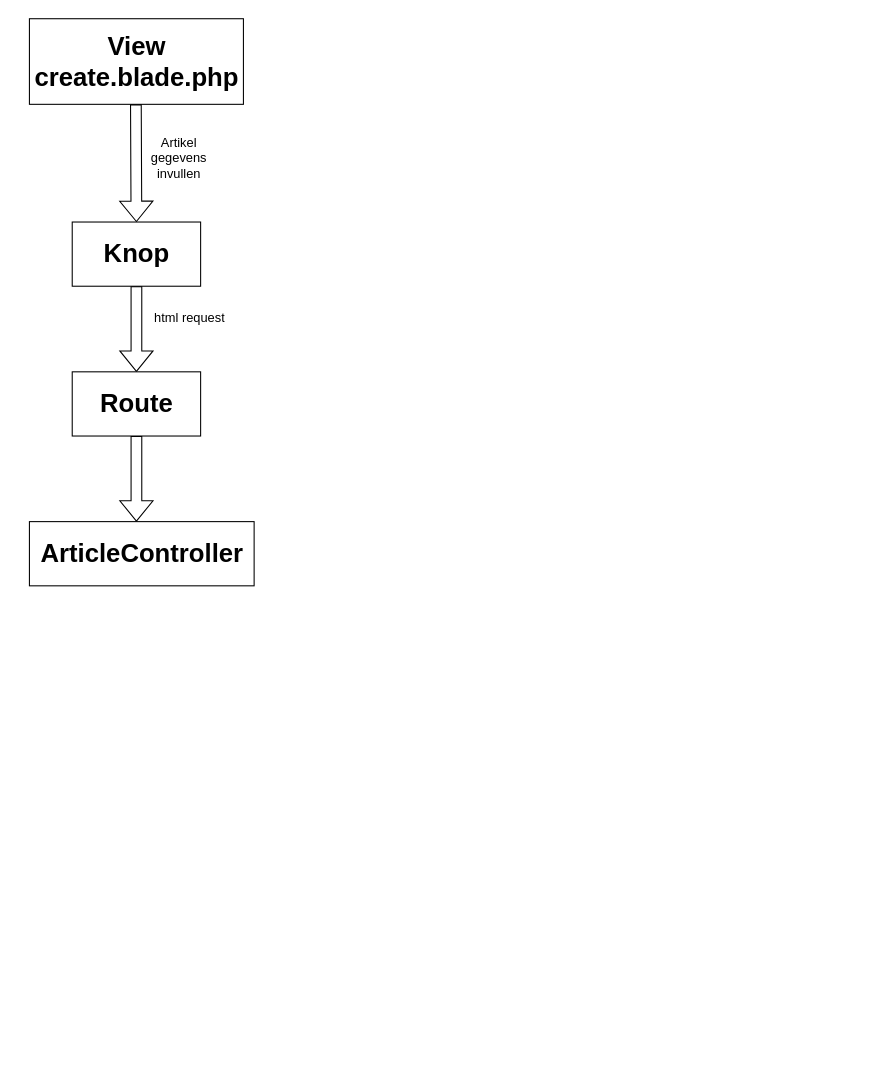
Earlier version of the draw.io diagram Weblog_Post.drawio (janderkkotlarski/laravel_weblog). Source tidied: cells renumbered, new cells numbered last; positions are measured from the earlier drawing's top-left corner, leaving out a move shared by most shapes. Both pictures are drawn from the tidied source at 107%, with x=0, y=0 at pixel (29, 18).
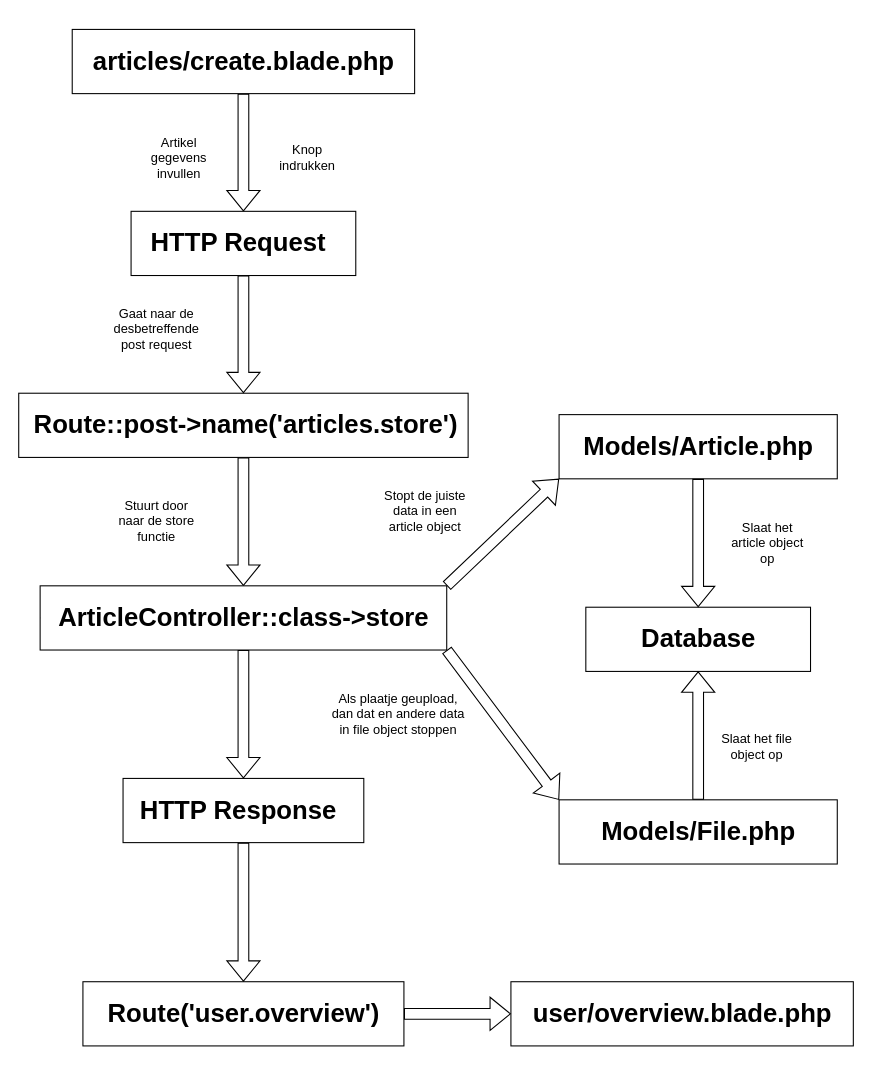
Above is the later version.

Commit message:
Getting the hang of flowcharts?

Diff of the diagram source:
```diff
@@
-    <mxCell id="2" style="rounded=0;whiteSpace=wrap;html=1;" parent="1" vertex="1">
-      <mxGeometry width="200" height="80" as="geometry" />
-    </mxCell>
-    <mxCell id="3" value="&lt;div&gt;View&lt;/div&gt;create.blade.php" style="text;strokeColor=none;fillColor=none;html=1;fontSize=24;fontStyle=1;verticalAlign=middle;align=center;" parent="1" vertex="1">
-      <mxGeometry x="45" y="20" width="110" height="40" as="geometry" />
-    </mxCell>
-    <mxCell id="4" style="shape=flexArrow;endArrow=classic;html=1;rounded=0;" parent="1" edge="1">
-      <mxGeometry relative="1" as="geometry">
-        <mxPoint x="99.5" y="80" as="sourcePoint" />
-        <mxPoint x="100" y="190" as="targetPoint" />
-      </mxGeometry>
+    <mxCell id="4" style="shape=flexArrow;endArrow=classic;html=1;rounded=0;entryX=0.5;entryY=0;entryDx=0;entryDy=0;exitX=0.5;exitY=1;exitDx=0;exitDy=0;" parent="1" edge="1" source="26" target="21">
+      <mxGeometry relative="1" as="geometry" />
     </mxCell>
@@
-    <mxCell id="6" style="rounded=0;whiteSpace=wrap;html=1;" parent="1" vertex="1">
-      <mxGeometry x="40" y="190" width="120" height="60" as="geometry" />
-    </mxCell>
-    <mxCell id="7" value="Knop" style="text;strokeColor=none;fillColor=none;html=1;fontSize=24;fontStyle=1;verticalAlign=middle;align=center;" parent="1" vertex="1">
-      <mxGeometry x="50" y="200" width="100" height="40" as="geometry" />
-    </mxCell>
-    <mxCell id="8" style="shape=flexArrow;endArrow=classic;html=1;rounded=0;" parent="1" edge="1">
-      <mxGeometry relative="1" as="geometry">
-        <mxPoint x="100" y="250" as="sourcePoint" />
-        <mxPoint x="100" y="330" as="targetPoint" />
-      </mxGeometry>
-    </mxCell>
-    <mxCell id="9" value="html request" style="text;html=1;strokeColor=none;fillColor=none;align=center;verticalAlign=middle;whiteSpace=wrap;overflow=hidden;" parent="1" vertex="1">
-      <mxGeometry x="110" y="270" width="80" height="20" as="geometry" />
-    </mxCell>
+    <mxCell id="12" style="shape=flexArrow;endArrow=classic;html=1;rounded=0;exitX=0.5;exitY=1;exitDx=0;exitDy=0;entryX=0.5;entryY=0;entryDx=0;entryDy=0;" parent="1" edge="1" source="10" target="13">
+      <mxGeometry relative="1" as="geometry" />
+    </mxCell>
+    <mxCell id="15" value="Knop indrukken" style="text;html=1;strokeColor=none;fillColor=none;align=center;verticalAlign=middle;whiteSpace=wrap;overflow=hidden;" parent="1" vertex="1">
+      <mxGeometry x="220" y="100" width="80" height="60" as="geometry" />
+    </mxCell>
+    <mxCell id="16" style="group;" parent="1" vertex="1">
+      <mxGeometry x="60" y="350" width="350" height="60" as="geometry" />
+    </mxCell>
-    <mxCell id="10" style="rounded=0;whiteSpace=wrap;html=1;" parent="1" vertex="1">
-      <mxGeometry x="40" y="330" width="120" height="60" as="geometry" />
+    <mxCell id="10" style="rounded=0;whiteSpace=wrap;html=1;" parent="16" vertex="1">
+      <mxGeometry x="-70" width="420" height="60" as="geometry" />
     </mxCell>
-    <mxCell id="11" value="Route" style="text;strokeColor=none;fillColor=none;html=1;fontSize=24;fontStyle=1;verticalAlign=middle;align=center;" parent="1" vertex="1">
-      <mxGeometry x="50" y="340" width="100" height="40" as="geometry" />
+    <mxCell id="11" value="Route::post-&amp;gt;name('articles.store')" style="text;strokeColor=none;fillColor=none;html=1;fontSize=24;fontStyle=1;verticalAlign=middle;align=center;" parent="16" vertex="1">
+      <mxGeometry y="10" width="283.3" height="40" as="geometry" />
     </mxCell>
-    <mxCell id="12" style="shape=flexArrow;endArrow=classic;html=1;rounded=0;" parent="1" edge="1">
-      <mxGeometry relative="1" as="geometry">
-        <mxPoint x="100" y="390" as="sourcePoint" />
-        <mxPoint x="100" y="470" as="targetPoint" />
-      </mxGeometry>
-    </mxCell>
+    <mxCell id="17" style="group;" parent="1" vertex="1">
+      <mxGeometry x="87.5" y="710" width="225" height="60" as="geometry" />
+    </mxCell>
+    <mxCell id="18" style="rounded=0;whiteSpace=wrap;html=1;" parent="17" vertex="1">
+      <mxGeometry width="225" height="60" as="geometry" />
+    </mxCell>
+    <mxCell id="19" value="HTTP Response" style="text;strokeColor=none;fillColor=none;html=1;fontSize=24;fontStyle=1;verticalAlign=middle;align=center;" parent="17" vertex="1">
+      <mxGeometry x="53.6" y="10" width="107.1" height="40" as="geometry" />
+    </mxCell>
+    <mxCell id="20" style="group;" parent="1" vertex="1">
+      <mxGeometry x="95" y="180" width="210" height="60" as="geometry" />
+    </mxCell>
+    <mxCell id="21" style="rounded=0;whiteSpace=wrap;html=1;" parent="20" vertex="1">
+      <mxGeometry width="210" height="60" as="geometry" />
+    </mxCell>
+    <mxCell id="22" value="HTTP Request" style="text;strokeColor=none;fillColor=none;html=1;fontSize=24;fontStyle=1;verticalAlign=middle;align=center;" parent="20" vertex="1">
+      <mxGeometry x="50" y="10" width="100" height="40" as="geometry" />
+    </mxCell>
+    <mxCell id="23" style="group;" parent="1" vertex="1">
+      <mxGeometry x="10" y="530" width="380" height="60" as="geometry" />
+    </mxCell>
+    <mxCell id="24" style="edgeStyle=orthogonalEdgeStyle;rounded=0;jettySize=auto;html=1;exitX=0;exitY=0.5;exitDx=0;exitDy=0;" parent="23" edge="1" source="13">
+      <mxGeometry relative="1" as="geometry">
+        <mxPoint x="10" y="30" as="targetPoint" />
+      </mxGeometry>
+    </mxCell>
-    <mxCell id="13" style="rounded=0;whiteSpace=wrap;html=1;" parent="1" vertex="1">
-      <mxGeometry y="470" width="210" height="60" as="geometry" />
+    <mxCell id="13" style="rounded=0;whiteSpace=wrap;html=1;" parent="23" vertex="1">
+      <mxGeometry width="380" height="60" as="geometry" />
     </mxCell>
-    <mxCell id="14" value="ArticleController" style="text;strokeColor=none;fillColor=none;html=1;fontSize=24;fontStyle=1;verticalAlign=middle;align=center;" parent="1" vertex="1">
-      <mxGeometry x="55" y="480" width="100" height="40" as="geometry" />
+    <mxCell id="14" value="ArticleController::class-&amp;gt;store" style="text;strokeColor=none;fillColor=none;html=1;fontSize=24;fontStyle=1;verticalAlign=middle;align=center;" parent="23" vertex="1">
+      <mxGeometry x="104.3" y="10" width="171.4" height="40" as="geometry" />
     </mxCell>
+    <mxCell id="25" style="group;" parent="1" vertex="1">
+      <mxGeometry x="40" y="10" width="320" height="60" as="geometry" />
+    </mxCell>
+    <mxCell id="26" style="rounded=0;whiteSpace=wrap;html=1;" parent="25" vertex="1">
+      <mxGeometry width="320" height="60" as="geometry" />
+    </mxCell>
+    <mxCell id="27" value="articles/create.blade.php" style="text;strokeColor=none;fillColor=none;html=1;fontSize=24;fontStyle=1;verticalAlign=middle;align=center;" parent="25" vertex="1">
+      <mxGeometry x="83.8" y="10" width="152.4" height="40" as="geometry" />
+    </mxCell>
+    <mxCell id="28" style="group;" parent="1" vertex="1">
+      <mxGeometry x="520" y="550" width="210" height="60" as="geometry" />
+    </mxCell>
+    <mxCell id="29" style="rounded=0;whiteSpace=wrap;html=1;" parent="28" vertex="1">
+      <mxGeometry width="210" height="60" as="geometry" />
+    </mxCell>
+    <mxCell id="30" value="Database" style="text;strokeColor=none;fillColor=none;html=1;fontSize=24;fontStyle=1;verticalAlign=middle;align=center;" parent="28" vertex="1">
+      <mxGeometry x="55" y="10" width="100" height="40" as="geometry" />
+    </mxCell>
+    <mxCell id="31" style="group;" parent="1" vertex="1">
+      <mxGeometry x="495" y="370" width="260" height="60" as="geometry" />
+    </mxCell>
+    <mxCell id="32" style="rounded=0;whiteSpace=wrap;html=1;" parent="31" vertex="1">
+      <mxGeometry width="260" height="60" as="geometry" />
+    </mxCell>
+    <mxCell id="33" value="Models/Article.php" style="text;strokeColor=none;fillColor=none;html=1;fontSize=24;fontStyle=1;verticalAlign=middle;align=center;" parent="31" vertex="1">
+      <mxGeometry x="68.1" y="10" width="123.8" height="40" as="geometry" />
+    </mxCell>
+    <mxCell id="34" style="shape=flexArrow;endArrow=classic;html=1;rounded=0;entryX=0;entryY=1;entryDx=0;entryDy=0;exitX=1;exitY=0;exitDx=0;exitDy=0;" parent="1" edge="1" source="13" target="32">
+      <mxGeometry relative="1" as="geometry" />
+    </mxCell>
+    <mxCell id="35" style="shape=flexArrow;endArrow=classic;html=1;rounded=0;exitX=0.5;exitY=1;exitDx=0;exitDy=0;entryX=0.5;entryY=0;entryDx=0;entryDy=0;" parent="1" edge="1" source="21" target="10">
+      <mxGeometry relative="1" as="geometry" />
+    </mxCell>
+    <mxCell id="36" style="group;" parent="1" vertex="1">
+      <mxGeometry x="495" y="730" width="260" height="60" as="geometry" />
+    </mxCell>
+    <mxCell id="37" style="rounded=0;whiteSpace=wrap;html=1;" parent="36" vertex="1">
+      <mxGeometry width="260" height="60" as="geometry" />
+    </mxCell>
+    <mxCell id="38" value="Models/File&lt;span style=&quot;background-color: transparent; color: light-dark(rgb(0, 0, 0), rgb(255, 255, 255));&quot;&gt;.php&lt;/span&gt;" style="text;strokeColor=none;fillColor=none;html=1;fontSize=24;fontStyle=1;verticalAlign=middle;align=center;" parent="36" vertex="1">
+      <mxGeometry x="68.1" y="10" width="123.8" height="40" as="geometry" />
+    </mxCell>
+    <mxCell id="39" style="shape=flexArrow;endArrow=classic;html=1;rounded=0;entryX=0;entryY=0;entryDx=0;entryDy=0;exitX=1;exitY=1;exitDx=0;exitDy=0;" parent="1" edge="1" source="13" target="37">
+      <mxGeometry relative="1" as="geometry" />
+    </mxCell>
+    <mxCell id="40" style="shape=flexArrow;endArrow=classic;html=1;rounded=0;exitX=0.5;exitY=1;exitDx=0;exitDy=0;entryX=0.5;entryY=0;entryDx=0;entryDy=0;" parent="1" edge="1" source="32" target="29">
+      <mxGeometry relative="1" as="geometry" />
+    </mxCell>
+    <mxCell id="41" style="shape=flexArrow;endArrow=classic;html=1;rounded=0;exitX=0.5;exitY=0;exitDx=0;exitDy=0;entryX=0.5;entryY=1;entryDx=0;entryDy=0;" parent="1" edge="1" source="37" target="29">
+      <mxGeometry relative="1" as="geometry" />
+    </mxCell>
+    <mxCell id="42" style="shape=flexArrow;endArrow=classic;html=1;rounded=0;exitX=0.5;exitY=1;exitDx=0;exitDy=0;entryX=0.5;entryY=0;entryDx=0;entryDy=0;" parent="1" edge="1" source="13" target="18">
+      <mxGeometry relative="1" as="geometry" />
+    </mxCell>
+    <mxCell id="43" style="group;" parent="1" vertex="1">
+      <mxGeometry x="50" y="900" width="300" height="60" as="geometry" />
+    </mxCell>
+    <mxCell id="44" style="rounded=0;whiteSpace=wrap;html=1;" parent="43" vertex="1">
+      <mxGeometry width="300" height="60" as="geometry" />
+    </mxCell>
+    <mxCell id="45" value="Route('user.overview')" style="text;strokeColor=none;fillColor=none;html=1;fontSize=24;fontStyle=1;verticalAlign=middle;align=center;" parent="43" vertex="1">
+      <mxGeometry x="25" y="10" width="250" height="40" as="geometry" />
+    </mxCell>
+    <mxCell id="46" style="group;" parent="1" vertex="1">
+      <mxGeometry x="450" y="900" width="320" height="60" as="geometry" />
+    </mxCell>
+    <mxCell id="47" style="rounded=0;whiteSpace=wrap;html=1;" parent="46" vertex="1">
+      <mxGeometry width="320" height="60" as="geometry" />
+    </mxCell>
+    <mxCell id="48" value="user/overview.blade.php" style="text;strokeColor=none;fillColor=none;html=1;fontSize=24;fontStyle=1;verticalAlign=middle;align=center;" parent="46" vertex="1">
+      <mxGeometry x="83.8" y="10" width="152.4" height="40" as="geometry" />
+    </mxCell>
+    <mxCell id="49" style="shape=flexArrow;endArrow=classic;html=1;rounded=0;exitX=1;exitY=0.5;exitDx=0;exitDy=0;entryX=0;entryY=0.5;entryDx=0;entryDy=0;" parent="1" edge="1" source="44" target="47">
+      <mxGeometry relative="1" as="geometry" />
+    </mxCell>
+    <mxCell id="50" style="shape=flexArrow;endArrow=classic;html=1;rounded=0;exitX=0.5;exitY=1;exitDx=0;exitDy=0;entryX=0.5;entryY=0;entryDx=0;entryDy=0;" parent="1" edge="1" source="18" target="44">
+      <mxGeometry relative="1" as="geometry" />
+    </mxCell>
+    <mxCell id="51" value="Gaat naar de desbetreffende post request" style="text;html=1;strokeColor=none;fillColor=none;align=center;verticalAlign=middle;whiteSpace=wrap;overflow=hidden;" parent="1" vertex="1">
+      <mxGeometry x="70" y="260" width="97.5" height="60" as="geometry" />
+    </mxCell>
+    <mxCell id="52" value="Stuurt door naar de store functie" style="text;html=1;strokeColor=none;fillColor=none;align=center;verticalAlign=middle;whiteSpace=wrap;overflow=hidden;" parent="1" vertex="1">
+      <mxGeometry x="78.8" y="440" width="80" height="60" as="geometry" />
+    </mxCell>
+    <mxCell id="53" value="Stopt de juiste data in een article object" style="text;html=1;strokeColor=none;fillColor=none;align=center;verticalAlign=middle;whiteSpace=wrap;overflow=hidden;" parent="1" vertex="1">
+      <mxGeometry x="330" y="430" width="80" height="60" as="geometry" />
+    </mxCell>
+    <mxCell id="54" value="Slaat het article object op" style="text;html=1;strokeColor=none;fillColor=none;align=center;verticalAlign=middle;whiteSpace=wrap;overflow=hidden;" parent="1" vertex="1">
+      <mxGeometry x="650" y="460" width="80" height="60" as="geometry" />
+    </mxCell>
+    <mxCell id="55" value="Als plaatje geupload, dan dat en andere data in file object stoppen" style="text;html=1;strokeColor=none;fillColor=none;align=center;verticalAlign=middle;whiteSpace=wrap;overflow=hidden;" parent="1" vertex="1">
+      <mxGeometry x="280" y="620" width="130" height="60" as="geometry" />
+    </mxCell>
+    <mxCell id="56" value="Slaat het file object op" style="text;html=1;strokeColor=none;fillColor=none;align=center;verticalAlign=middle;whiteSpace=wrap;overflow=hidden;" parent="1" vertex="1">
+      <mxGeometry x="640" y="650" width="80" height="60" as="geometry" />
+    </mxCell>
```
